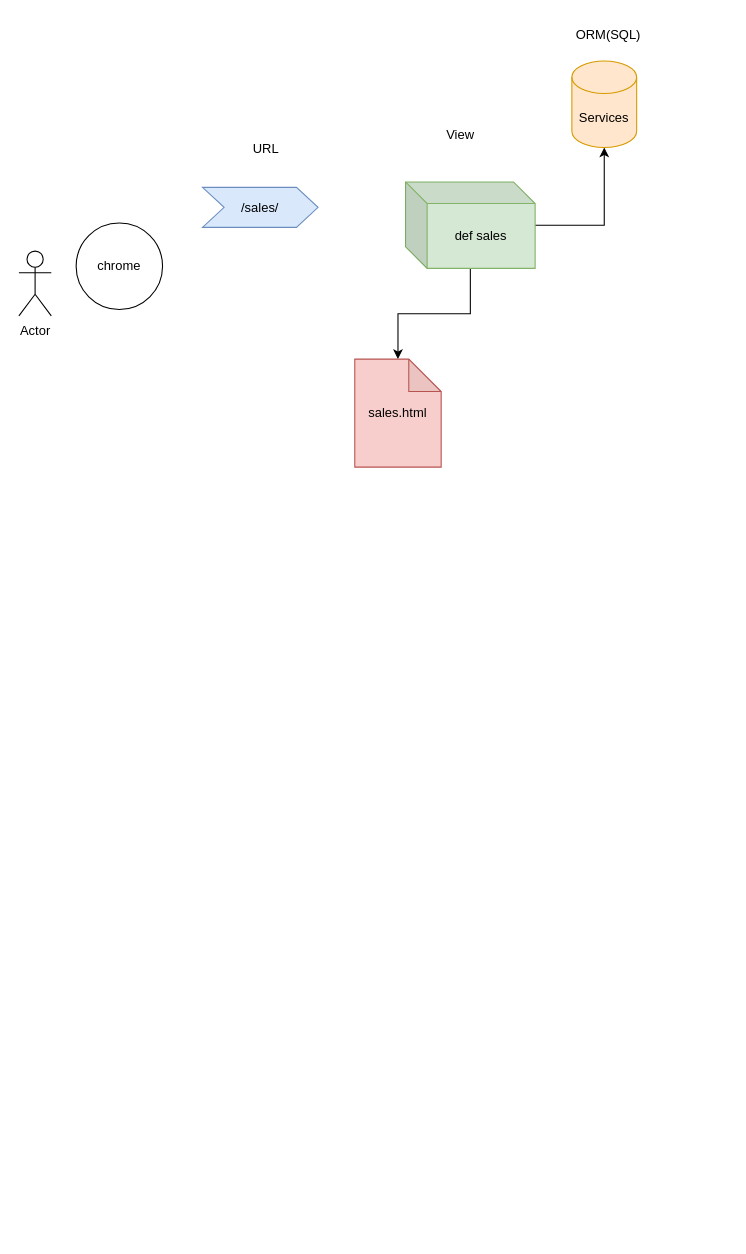
This is lesson 3/django_project/диаграмма.drawio from bogdandrienko/django_addition, a draw.io file, before an edit. Source tidied: cells renumbered, new cells numbered last; positions are measured from the earlier drawing's top-left corner, leaving out a move shared by most shapes. Both pictures are drawn from the tidied source at 108%, with x=0, y=0 at pixel (18, 18).
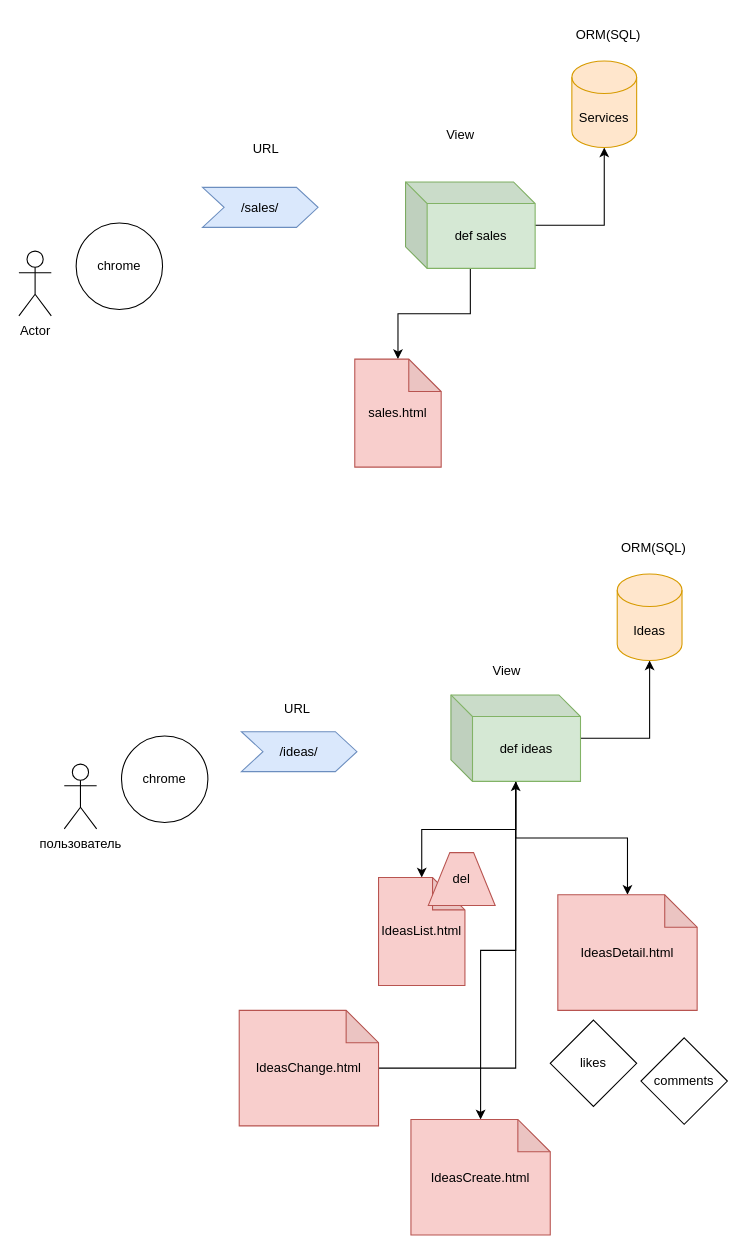
The same diagram, later.

Diff of the diagram source:
```diff
@@
+    <mxCell id="13" value="пользователь" style="shape=umlActor;verticalLabelPosition=bottom;verticalAlign=top;html=1;" parent="1" vertex="1">
+      <mxGeometry x="42" y="690" width="30" height="60" as="geometry" />
+    </mxCell>
+    <mxCell id="14" value="chrome" style="ellipse;whiteSpace=wrap;html=1;" parent="1" vertex="1">
+      <mxGeometry x="95" y="664" width="80" height="80" as="geometry" />
+    </mxCell>
+    <mxCell id="15" value="/ideas/" style="shape=step;perimeter=stepPerimeter;whiteSpace=wrap;html=1;fixedSize=1;fillColor=#dae8fc;strokeColor=#6c8ebf;" parent="1" vertex="1">
+      <mxGeometry x="206" y="660" width="107" height="37" as="geometry" />
+    </mxCell>
+    <mxCell id="16" value="URL" style="text;html=1;strokeColor=none;fillColor=none;align=center;verticalAlign=middle;whiteSpace=wrap;rounded=0;" parent="1" vertex="1">
+      <mxGeometry x="228" y="624" width="60" height="30" as="geometry" />
+    </mxCell>
+    <mxCell id="17" style="edgeStyle=orthogonalEdgeStyle;rounded=0;jettySize=auto;html=1;" parent="1" edge="1" source="21" target="23">
+      <mxGeometry relative="1" as="geometry" />
+    </mxCell>
+    <mxCell id="18" style="edgeStyle=orthogonalEdgeStyle;rounded=0;jettySize=auto;html=1;" parent="1" edge="1" source="21" target="25">
+      <mxGeometry relative="1" as="geometry" />
+    </mxCell>
+    <mxCell id="19" style="edgeStyle=orthogonalEdgeStyle;rounded=0;jettySize=auto;html=1;" parent="1" edge="1" source="21" target="26">
+      <mxGeometry relative="1" as="geometry" />
+    </mxCell>
+    <mxCell id="20" style="edgeStyle=orthogonalEdgeStyle;rounded=0;jettySize=auto;html=1;" parent="1" edge="1" source="21" target="27">
+      <mxGeometry relative="1" as="geometry" />
+    </mxCell>
+    <mxCell id="21" value="def ideas" style="shape=cube;whiteSpace=wrap;html=1;boundedLbl=1;backgroundOutline=1;darkOpacity=0.05;darkOpacity2=0.1;fillColor=#d5e8d4;strokeColor=#82b366;" parent="1" vertex="1">
+      <mxGeometry x="400" y="626" width="120" height="80" as="geometry" />
+    </mxCell>
+    <mxCell id="22" value="View" style="text;html=1;strokeColor=none;fillColor=none;align=center;verticalAlign=middle;whiteSpace=wrap;rounded=0;" parent="1" vertex="1">
+      <mxGeometry x="422" y="589" width="60" height="30" as="geometry" />
+    </mxCell>
+    <mxCell id="23" value="Ideas" style="shape=cylinder3;whiteSpace=wrap;html=1;boundedLbl=1;backgroundOutline=1;size=15;fillColor=#ffe6cc;strokeColor=#d79b00;" parent="1" vertex="1">
+      <mxGeometry x="554" y="514" width="60" height="80" as="geometry" />
+    </mxCell>
+    <mxCell id="24" value="ORM(SQL)" style="text;html=1;strokeColor=none;fillColor=none;align=center;verticalAlign=middle;whiteSpace=wrap;rounded=0;" parent="1" vertex="1">
+      <mxGeometry x="558" y="475" width="60" height="30" as="geometry" />
+    </mxCell>
+    <mxCell id="25" value="IdeasList.html" style="shape=note;whiteSpace=wrap;html=1;backgroundOutline=1;darkOpacity=0.05;fillColor=#f8cecc;strokeColor=#b85450;" parent="1" vertex="1">
+      <mxGeometry x="333" y="795" width="80" height="100" as="geometry" />
+    </mxCell>
+    <mxCell id="26" value="IdeasDetail.html" style="shape=note;whiteSpace=wrap;html=1;backgroundOutline=1;darkOpacity=0.05;fillColor=#f8cecc;strokeColor=#b85450;" parent="1" vertex="1">
+      <mxGeometry x="499" y="811" width="129" height="107" as="geometry" />
+    </mxCell>
+    <mxCell id="27" value="IdeasCreate.html" style="shape=note;whiteSpace=wrap;html=1;backgroundOutline=1;darkOpacity=0.05;fillColor=#f8cecc;strokeColor=#b85450;" parent="1" vertex="1">
+      <mxGeometry x="363" y="1019" width="129" height="107" as="geometry" />
+    </mxCell>
+    <mxCell id="28" value="likes" style="rhombus;whiteSpace=wrap;html=1;" parent="1" vertex="1">
+      <mxGeometry x="492" y="927" width="80" height="80" as="geometry" />
+    </mxCell>
+    <mxCell id="29" value="comments" style="rhombus;whiteSpace=wrap;html=1;" parent="1" vertex="1">
+      <mxGeometry x="576" y="943.5" width="80" height="80" as="geometry" />
+    </mxCell>
+    <mxCell id="30" value="del" style="shape=trapezoid;perimeter=trapezoidPerimeter;whiteSpace=wrap;html=1;fixedSize=1;fillColor=#f8cecc;strokeColor=#b85450;" parent="1" vertex="1">
+      <mxGeometry x="379" y="772" width="62" height="49" as="geometry" />
+    </mxCell>
+    <mxCell id="31" style="edgeStyle=orthogonalEdgeStyle;rounded=0;jettySize=auto;html=1;" parent="1" edge="1" source="32" target="21">
+      <mxGeometry relative="1" as="geometry" />
+    </mxCell>
+    <mxCell id="32" value="IdeasChange.html" style="shape=note;whiteSpace=wrap;html=1;backgroundOutline=1;darkOpacity=0.05;fillColor=#f8cecc;strokeColor=#b85450;" parent="1" vertex="1">
+      <mxGeometry x="204" y="918" width="129" height="107" as="geometry" />
+    </mxCell>
```
